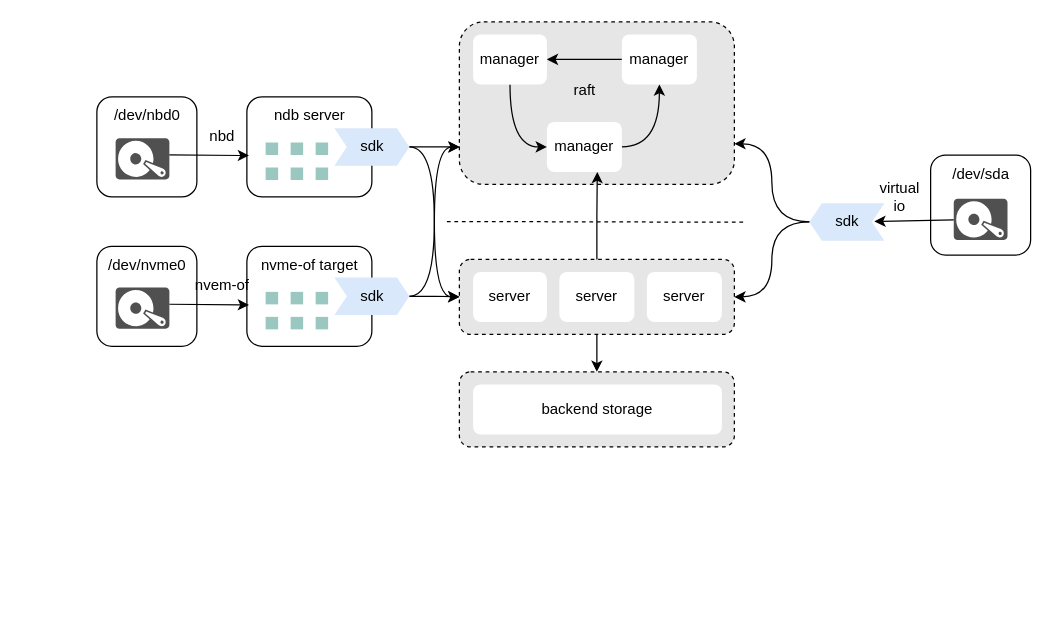
Above: page "architecture" (1 of 2) of mind/d.s.c.drawio in EarthWind/deeparch (draw.io), before the change. Source tidied: cells renumbered, new cells numbered last; positions are measured from the earlier drawing's top-left corner, leaving out a move shared by most shapes. Both pictures are drawn from the tidied source at 125%, with x=0, y=0 at pixel (90, 21).
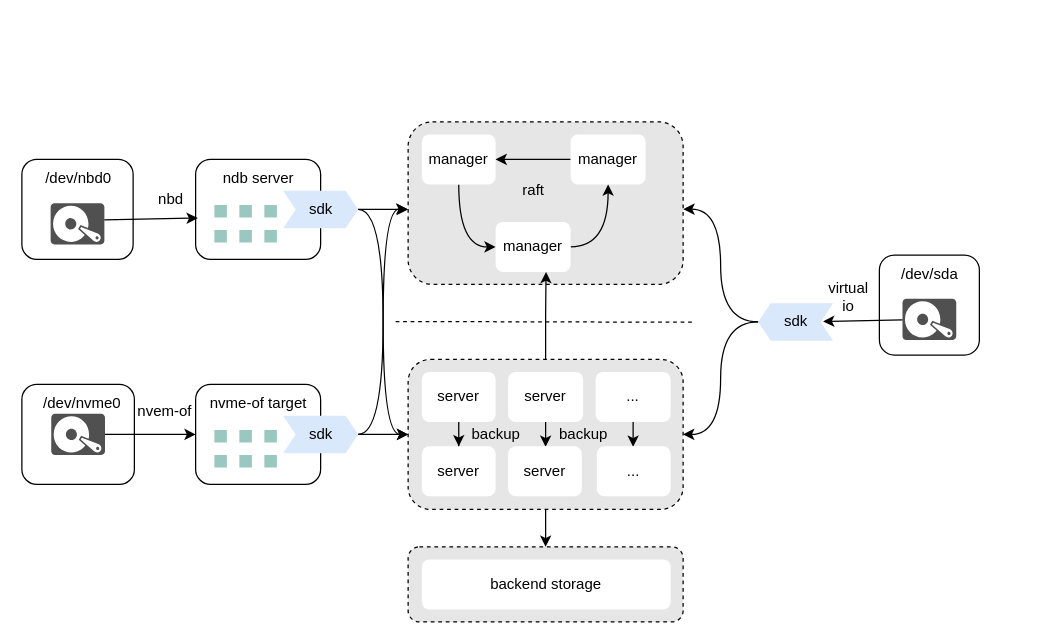
Above is the later version.

The edit, as a diff of the source:
```diff
@@
     <mxCell id="2" style="rounded=1;whiteSpace=wrap;html=1;dashed=1;fillColor=#E6E6E6;" parent="1" vertex="1">
-      <mxGeometry x="295" width="220" height="130" as="geometry" />
+      <mxGeometry x="254" y="80" width="220" height="130" as="geometry" />
     </mxCell>
@@
     <mxCell id="4" style="rounded=1;whiteSpace=wrap;html=1;dashed=1;fillColor=#E6E6E6;" parent="1" vertex="1">
-      <mxGeometry x="295" y="190" width="220" height="60" as="geometry" />
+      <mxGeometry x="254" y="270" width="220" height="120" as="geometry" />
     </mxCell>
     <mxCell id="5" style="rounded=1;whiteSpace=wrap;html=1;" parent="1" vertex="1">
-      <mxGeometry x="5" y="60" width="80" height="80" as="geometry" />
+      <mxGeometry x="-55" y="110" width="89" height="80" as="geometry" />
     </mxCell>
     <mxCell id="6" style="sketch=0;shadow=0;dashed=0;html=1;strokeColor=none;fillColor=#505050;labelPosition=center;verticalLabelPosition=bottom;verticalAlign=top;outlineConnect=0;align=center;shape=mxgraph.office.devices.hard_disk;rotation=-90;" parent="1" vertex="1">
-      <mxGeometry x="25" y="88" width="33" height="43" as="geometry" />
+      <mxGeometry x="-27" y="140" width="33" height="43" as="geometry" />
     </mxCell>
     <mxCell id="7" value="/dev/nbd0" style="text;html=1;align=center;verticalAlign=middle;strokeColor=none;fillColor=none;" parent="1" vertex="1">
-      <mxGeometry x="5" y="60" width="80" height="30" as="geometry" />
+      <mxGeometry x="-50.5" y="110" width="80" height="30" as="geometry" />
     </mxCell>
     <mxCell id="8" style="rounded=1;whiteSpace=wrap;html=1;" parent="1" vertex="1">
-      <mxGeometry x="125" y="60" width="100" height="80" as="geometry" />
+      <mxGeometry x="84" y="110" width="100" height="80" as="geometry" />
     </mxCell>
     <mxCell id="9" value="ndb server" style="text;html=1;align=center;verticalAlign=middle;strokeColor=none;fillColor=none;" parent="1" vertex="1">
-      <mxGeometry x="135" y="60" width="80" height="30" as="geometry" />
+      <mxGeometry x="94" y="110" width="80" height="30" as="geometry" />
     </mxCell>
@@
     <mxCell id="11" style="rounded=0;whiteSpace=wrap;html=1;strokeColor=none;fillColor=#9AC7BF;" parent="1" vertex="1">
-      <mxGeometry x="140" y="96.5" width="10" height="10" as="geometry" />
+      <mxGeometry x="99" y="146.5" width="10" height="10" as="geometry" />
     </mxCell>
     <mxCell id="12" style="rounded=0;whiteSpace=wrap;html=1;strokeColor=none;fillColor=#9AC7BF;" parent="1" vertex="1">
-      <mxGeometry x="160" y="96.5" width="10" height="10" as="geometry" />
+      <mxGeometry x="119" y="146.5" width="10" height="10" as="geometry" />
     </mxCell>
     <mxCell id="13" style="rounded=0;whiteSpace=wrap;html=1;strokeColor=none;fillColor=#9AC7BF;" parent="1" vertex="1">
-      <mxGeometry x="180" y="96.5" width="10" height="10" as="geometry" />
+      <mxGeometry x="139" y="146.5" width="10" height="10" as="geometry" />
     </mxCell>
     <mxCell id="14" style="rounded=0;whiteSpace=wrap;html=1;strokeColor=none;fillColor=#9AC7BF;" parent="1" vertex="1">
-      <mxGeometry x="180" y="116.5" width="10" height="10" as="geometry" />
+      <mxGeometry x="139" y="166.5" width="10" height="10" as="geometry" />
     </mxCell>
     <mxCell id="15" style="rounded=0;whiteSpace=wrap;html=1;strokeColor=none;fillColor=#9AC7BF;" parent="1" vertex="1">
-      <mxGeometry x="140" y="116.5" width="10" height="10" as="geometry" />
+      <mxGeometry x="99" y="166.5" width="10" height="10" as="geometry" />
     </mxCell>
     <mxCell id="16" style="rounded=0;whiteSpace=wrap;html=1;strokeColor=none;fillColor=#9AC7BF;" parent="1" vertex="1">
-      <mxGeometry x="160" y="116.5" width="10" height="10" as="geometry" />
+      <mxGeometry x="119" y="166.5" width="10" height="10" as="geometry" />
     </mxCell>
-    <mxCell id="17" style="edgeStyle=orthogonalEdgeStyle;rounded=0;jettySize=auto;html=1;entryX=0.002;entryY=0.77;entryDx=0;entryDy=0;curved=1;entryPerimeter=0;" parent="1" edge="1" source="19" target="2">
-      <mxGeometry relative="1" as="geometry" />
+    <mxCell id="17" style="edgeStyle=orthogonalEdgeStyle;rounded=0;jettySize=auto;html=1;curved=1;" parent="1" edge="1" source="19">
+      <mxGeometry relative="1" as="geometry">
+        <mxPoint x="254" y="150" as="targetPoint" />
+      </mxGeometry>
     </mxCell>
@@
     <mxCell id="19" style="shape=step;perimeter=stepPerimeter;whiteSpace=wrap;html=1;fixedSize=1;size=10;fillColor=#dae8fc;strokeColor=none;" parent="1" vertex="1">
-      <mxGeometry x="195" y="85" width="60" height="30" as="geometry" />
+      <mxGeometry x="154" y="135" width="60" height="30" as="geometry" />
     </mxCell>
     <mxCell id="20" style="endArrow=none;dashed=1;html=1;rounded=0;" parent="1" edge="1">
       <mxGeometry relative="1" as="geometry">
-        <mxPoint x="285" y="159.7" as="sourcePoint" />
-        <mxPoint x="525" y="160.3" as="targetPoint" />
+        <mxPoint x="244" y="239.7" as="sourcePoint" />
+        <mxPoint x="484" y="240.3" as="targetPoint" />
       </mxGeometry>
     </mxCell>
@@
     <mxCell id="22" value="manager" style="rounded=1;whiteSpace=wrap;html=1;strokeColor=none;" parent="1" vertex="1">
-      <mxGeometry x="306" y="10" width="59" height="40" as="geometry" />
+      <mxGeometry x="265" y="90" width="59" height="40" as="geometry" />
     </mxCell>
@@
     <mxCell id="24" value="manager" style="rounded=1;whiteSpace=wrap;html=1;strokeColor=none;" parent="1" vertex="1">
-      <mxGeometry x="425" y="10" width="60" height="40" as="geometry" />
+      <mxGeometry x="384" y="90" width="60" height="40" as="geometry" />
     </mxCell>
@@
     <mxCell id="26" value="manager" style="rounded=1;whiteSpace=wrap;html=1;strokeColor=none;" parent="1" vertex="1">
-      <mxGeometry x="365" y="80" width="60" height="40" as="geometry" />
+      <mxGeometry x="324" y="160" width="60" height="40" as="geometry" />
     </mxCell>
     <mxCell id="27" value="r&lt;span style=&quot;background-color: initial;&quot;&gt;aft&lt;/span&gt;" style="text;html=1;align=center;verticalAlign=middle;strokeColor=none;fillColor=none;" parent="1" vertex="1">
-      <mxGeometry x="375" y="40" width="40" height="30" as="geometry" />
+      <mxGeometry x="334" y="120" width="40" height="30" as="geometry" />
     </mxCell>
+    <mxCell id="62" style="edgeStyle=orthogonalEdgeStyle;rounded=0;jettySize=auto;html=1;" parent="1" edge="1" source="28" target="65">
+      <mxGeometry relative="1" as="geometry" />
+    </mxCell>
     <mxCell id="28" value="server" style="rounded=1;whiteSpace=wrap;html=1;strokeColor=none;" parent="1" vertex="1">
-      <mxGeometry x="306" y="200" width="59" height="40" as="geometry" />
+      <mxGeometry x="265" y="280" width="59" height="40" as="geometry" />
     </mxCell>
+    <mxCell id="63" style="edgeStyle=orthogonalEdgeStyle;rounded=0;jettySize=auto;html=1;" parent="1" edge="1" source="29" target="67">
+      <mxGeometry relative="1" as="geometry" />
+    </mxCell>
     <mxCell id="29" value="server" style="rounded=1;whiteSpace=wrap;html=1;strokeColor=none;" parent="1" vertex="1">
-      <mxGeometry x="375" y="200" width="60" height="40" as="geometry" />
+      <mxGeometry x="334" y="280" width="60" height="40" as="geometry" />
     </mxCell>
+    <mxCell id="64" style="edgeStyle=orthogonalEdgeStyle;rounded=0;jettySize=auto;html=1;" parent="1" edge="1" source="30" target="68">
+      <mxGeometry relative="1" as="geometry" />
+    </mxCell>
-    <mxCell id="30" value="server" style="rounded=1;whiteSpace=wrap;html=1;strokeColor=none;" parent="1" vertex="1">
-      <mxGeometry x="445" y="200" width="60" height="40" as="geometry" />
+    <mxCell id="30" value="..." style="rounded=1;whiteSpace=wrap;html=1;strokeColor=none;" parent="1" vertex="1">
+      <mxGeometry x="404" y="280" width="60" height="40" as="geometry" />
     </mxCell>
@@
     <mxCell id="32" style="rounded=1;whiteSpace=wrap;html=1;dashed=1;fillColor=#E6E6E6;" parent="1" vertex="1">
-      <mxGeometry x="295" y="280" width="220" height="60" as="geometry" />
+      <mxGeometry x="254" y="420" width="220" height="60" as="geometry" />
     </mxCell>
     <mxCell id="33" value="backend storage" style="rounded=1;whiteSpace=wrap;html=1;strokeColor=none;" parent="1" vertex="1">
-      <mxGeometry x="306" y="290" width="199" height="40" as="geometry" />
+      <mxGeometry x="265" y="430" width="199" height="40" as="geometry" />
     </mxCell>
     <mxCell id="34" style="rounded=1;whiteSpace=wrap;html=1;" parent="1" vertex="1">
-      <mxGeometry x="672" y="106.5" width="80" height="80" as="geometry" />
+      <mxGeometry x="631" y="186.5" width="80" height="80" as="geometry" />
     </mxCell>
     <mxCell id="35" value="/dev/sda" style="text;html=1;align=center;verticalAlign=middle;strokeColor=none;fillColor=none;" parent="1" vertex="1">
-      <mxGeometry x="677" y="106.5" width="70" height="30" as="geometry" />
+      <mxGeometry x="636" y="186.5" width="70" height="30" as="geometry" />
     </mxCell>
@@
     <mxCell id="37" style="shape=step;perimeter=stepPerimeter;whiteSpace=wrap;html=1;fixedSize=1;size=10;fillColor=#dae8fc;strokeColor=none;rotation=-180;" parent="1" vertex="1">
-      <mxGeometry x="575" y="145" width="60" height="30" as="geometry" />
+      <mxGeometry x="534" y="225" width="60" height="30" as="geometry" />
     </mxCell>
-    <mxCell id="38" style="edgeStyle=orthogonalEdgeStyle;rounded=0;jettySize=auto;html=1;entryX=1;entryY=0.75;entryDx=0;entryDy=0;curved=1;exitX=1;exitY=0.5;exitDx=0;exitDy=0;" parent="1" edge="1" source="37" target="2">
+    <mxCell id="38" style="edgeStyle=orthogonalEdgeStyle;rounded=0;jettySize=auto;html=1;entryX=1.001;entryY=0.537;entryDx=0;entryDy=0;curved=1;exitX=1;exitY=0.5;exitDx=0;exitDy=0;entryPerimeter=0;" parent="1" edge="1" source="37" target="2">
       <mxGeometry relative="1" as="geometry" />
     </mxCell>
     <mxCell id="39" value="virtual&lt;div&gt;io&lt;/div&gt;" style="text;html=1;align=center;verticalAlign=middle;strokeColor=none;fillColor=none;" parent="1" vertex="1">
-      <mxGeometry x="617" y="120" width="60" height="40" as="geometry" />
+      <mxGeometry x="576" y="200" width="60" height="40" as="geometry" />
     </mxCell>
     <mxCell id="40" value="sdk" style="text;html=1;align=center;verticalAlign=middle;points=[];strokeColor=none;fillColor=none;" parent="1" vertex="1">
-      <mxGeometry x="585" y="145" width="40" height="30" as="geometry" />
+      <mxGeometry x="544" y="225" width="40" height="30" as="geometry" />
     </mxCell>
     <mxCell id="41" value="sdk" style="text;html=1;align=center;verticalAlign=middle;strokeColor=none;fillColor=none;" parent="1" vertex="1">
-      <mxGeometry x="205" y="85" width="40" height="30" as="geometry" />
+      <mxGeometry x="164" y="135" width="40" height="30" as="geometry" />
     </mxCell>
     <mxCell id="42" value="nbd" style="text;html=1;align=center;verticalAlign=middle;strokeColor=none;fillColor=none;" parent="1" vertex="1">
-      <mxGeometry x="85" y="76.5" width="40" height="30" as="geometry" />
+      <mxGeometry x="44" y="126.5" width="40" height="30" as="geometry" />
     </mxCell>
     <mxCell id="43" style="sketch=0;shadow=0;dashed=0;html=1;strokeColor=none;fillColor=#505050;labelPosition=center;verticalLabelPosition=bottom;verticalAlign=top;outlineConnect=0;align=center;shape=mxgraph.office.devices.hard_disk;rotation=-90;" parent="1" vertex="1">
-      <mxGeometry x="695.5" y="136.5" width="33" height="43" as="geometry" />
+      <mxGeometry x="654.5" y="216.5" width="33" height="43" as="geometry" />
     </mxCell>
@@
-    <mxCell id="45" style="rounded=1;whiteSpace=wrap;html=1;" parent="1" vertex="1">
-      <mxGeometry x="5" y="179.5" width="80" height="80" as="geometry" />
-    </mxCell>
-    <mxCell id="46" style="sketch=0;shadow=0;dashed=0;html=1;strokeColor=none;fillColor=#505050;labelPosition=center;verticalLabelPosition=bottom;verticalAlign=top;outlineConnect=0;align=center;shape=mxgraph.office.devices.hard_disk;rotation=-90;" parent="1" vertex="1">
-      <mxGeometry x="25" y="207.5" width="33" height="43" as="geometry" />
-    </mxCell>
-    <mxCell id="47" value="/dev/nvme0" style="text;html=1;align=center;verticalAlign=middle;strokeColor=none;fillColor=none;" parent="1" vertex="1">
-      <mxGeometry y="179.5" width="90" height="30" as="geometry" />
-    </mxCell>
     <mxCell id="48" style="rounded=1;whiteSpace=wrap;html=1;" parent="1" vertex="1">
-      <mxGeometry x="125" y="179.5" width="100" height="80" as="geometry" />
+      <mxGeometry x="84" y="290" width="100" height="80" as="geometry" />
     </mxCell>
     <mxCell id="49" value="nvme-of target" style="text;html=1;align=center;verticalAlign=middle;strokeColor=none;fillColor=none;" parent="1" vertex="1">
-      <mxGeometry x="125" y="179.5" width="100" height="30" as="geometry" />
+      <mxGeometry x="84" y="290" width="100" height="30" as="geometry" />
     </mxCell>
-    <mxCell id="50" style="endArrow=classic;html=1;rounded=0;exitX=0.594;exitY=1;exitDx=0;exitDy=0;exitPerimeter=0;entryX=0.017;entryY=0.587;entryDx=0;entryDy=0;entryPerimeter=0;" parent="1" edge="1" source="46" target="48">
-      <mxGeometry relative="1" as="geometry" />
-    </mxCell>
     <mxCell id="51" style="rounded=0;whiteSpace=wrap;html=1;strokeColor=none;fillColor=#9AC7BF;" parent="1" vertex="1">
-      <mxGeometry x="140" y="216" width="10" height="10" as="geometry" />
+      <mxGeometry x="99" y="326.5" width="10" height="10" as="geometry" />
     </mxCell>
     <mxCell id="52" style="rounded=0;whiteSpace=wrap;html=1;strokeColor=none;fillColor=#9AC7BF;" parent="1" vertex="1">
-      <mxGeometry x="160" y="216" width="10" height="10" as="geometry" />
+      <mxGeometry x="119" y="326.5" width="10" height="10" as="geometry" />
     </mxCell>
     <mxCell id="53" style="rounded=0;whiteSpace=wrap;html=1;strokeColor=none;fillColor=#9AC7BF;" parent="1" vertex="1">
-      <mxGeometry x="180" y="216" width="10" height="10" as="geometry" />
+      <mxGeometry x="139" y="326.5" width="10" height="10" as="geometry" />
     </mxCell>
     <mxCell id="54" style="rounded=0;whiteSpace=wrap;html=1;strokeColor=none;fillColor=#9AC7BF;" parent="1" vertex="1">
-      <mxGeometry x="180" y="236" width="10" height="10" as="geometry" />
+      <mxGeometry x="139" y="346.5" width="10" height="10" as="geometry" />
     </mxCell>
     <mxCell id="55" style="rounded=0;whiteSpace=wrap;html=1;strokeColor=none;fillColor=#9AC7BF;" parent="1" vertex="1">
-      <mxGeometry x="140" y="236" width="10" height="10" as="geometry" />
+      <mxGeometry x="99" y="346.5" width="10" height="10" as="geometry" />
     </mxCell>
     <mxCell id="56" style="rounded=0;whiteSpace=wrap;html=1;strokeColor=none;fillColor=#9AC7BF;" parent="1" vertex="1">
-      <mxGeometry x="160" y="236" width="10" height="10" as="geometry" />
+      <mxGeometry x="119" y="346.5" width="10" height="10" as="geometry" />
     </mxCell>
-    <mxCell id="57" style="edgeStyle=orthogonalEdgeStyle;rounded=0;jettySize=auto;html=1;entryX=0;entryY=0.5;entryDx=0;entryDy=0;" parent="1" edge="1" source="59" target="4">
+    <mxCell id="57" style="edgeStyle=orthogonalEdgeStyle;rounded=0;jettySize=auto;html=1;entryX=0;entryY=0.5;entryDx=0;entryDy=0;curved=1;" parent="1" edge="1" source="59" target="4">
       <mxGeometry relative="1" as="geometry" />
     </mxCell>
-    <mxCell id="58" style="edgeStyle=orthogonalEdgeStyle;rounded=0;jettySize=auto;html=1;entryX=0;entryY=0.77;entryDx=0;entryDy=0;curved=1;entryPerimeter=0;" parent="1" edge="1" source="59" target="2">
+    <mxCell id="58" style="edgeStyle=orthogonalEdgeStyle;rounded=0;jettySize=auto;html=1;entryX=-0.003;entryY=0.536;entryDx=0;entryDy=0;curved=1;entryPerimeter=0;" parent="1" edge="1" source="59" target="2">
       <mxGeometry relative="1" as="geometry" />
     </mxCell>
     <mxCell id="59" style="shape=step;perimeter=stepPerimeter;whiteSpace=wrap;html=1;fixedSize=1;size=10;fillColor=#dae8fc;strokeColor=none;" parent="1" vertex="1">
-      <mxGeometry x="195" y="204.5" width="60" height="30" as="geometry" />
+      <mxGeometry x="154" y="315" width="60" height="30" as="geometry" />
     </mxCell>
     <mxCell id="60" value="sdk" style="text;html=1;align=center;verticalAlign=middle;strokeColor=none;fillColor=none;" parent="1" vertex="1">
-      <mxGeometry x="205" y="204.5" width="40" height="30" as="geometry" />
+      <mxGeometry x="164" y="315" width="40" height="30" as="geometry" />
     </mxCell>
     <mxCell id="61" value="nvem-of" style="text;html=1;align=center;verticalAlign=middle;strokeColor=none;fillColor=none;" parent="1" vertex="1">
-      <mxGeometry x="70" y="196" width="70" height="30" as="geometry" />
+      <mxGeometry x="24" y="296.5" width="70" height="30" as="geometry" />
     </mxCell>
+    <mxCell id="65" value="server" style="rounded=1;whiteSpace=wrap;html=1;strokeColor=none;" parent="1" vertex="1">
+      <mxGeometry x="265" y="339.5" width="59" height="40" as="geometry" />
+    </mxCell>
+    <mxCell id="66" value="backup" style="text;html=1;align=center;verticalAlign=middle;strokeColor=none;fillColor=none;" parent="1" vertex="1">
+      <mxGeometry x="294" y="315" width="60" height="30" as="geometry" />
+    </mxCell>
+    <mxCell id="67" value="server" style="rounded=1;whiteSpace=wrap;html=1;strokeColor=none;" parent="1" vertex="1">
+      <mxGeometry x="334" y="339.5" width="59" height="40" as="geometry" />
+    </mxCell>
+    <mxCell id="68" value="..." style="rounded=1;whiteSpace=wrap;html=1;strokeColor=none;" parent="1" vertex="1">
+      <mxGeometry x="405" y="339.5" width="59" height="40" as="geometry" />
+    </mxCell>
+    <mxCell id="69" value="backup" style="text;html=1;align=center;verticalAlign=middle;strokeColor=none;fillColor=none;" parent="1" vertex="1">
+      <mxGeometry x="364" y="315" width="60" height="30" as="geometry" />
+    </mxCell>
+    <mxCell id="45" style="rounded=1;whiteSpace=wrap;html=1;" parent="1" vertex="1">
+      <mxGeometry x="-55" y="290" width="90" height="80" as="geometry" />
+    </mxCell>
+    <mxCell id="46" style="sketch=0;shadow=0;dashed=0;html=1;strokeColor=none;fillColor=#505050;labelPosition=center;verticalLabelPosition=bottom;verticalAlign=top;outlineConnect=0;align=center;shape=mxgraph.office.devices.hard_disk;rotation=-90;" parent="1" vertex="1">
+      <mxGeometry x="-26.5" y="308.5" width="33" height="43" as="geometry" />
+    </mxCell>
+    <mxCell id="47" value="/dev/nvme0" style="text;html=1;align=center;verticalAlign=middle;strokeColor=none;fillColor=none;" parent="1" vertex="1">
+      <mxGeometry x="-52.5" y="290" width="90" height="30" as="geometry" />
+    </mxCell>
+    <mxCell id="50" style="endArrow=classic;html=1;rounded=0;entryX=0;entryY=0.5;entryDx=0;entryDy=0;" parent="1" edge="1" source="46" target="48">
+      <mxGeometry relative="1" as="geometry" />
+    </mxCell>
```
